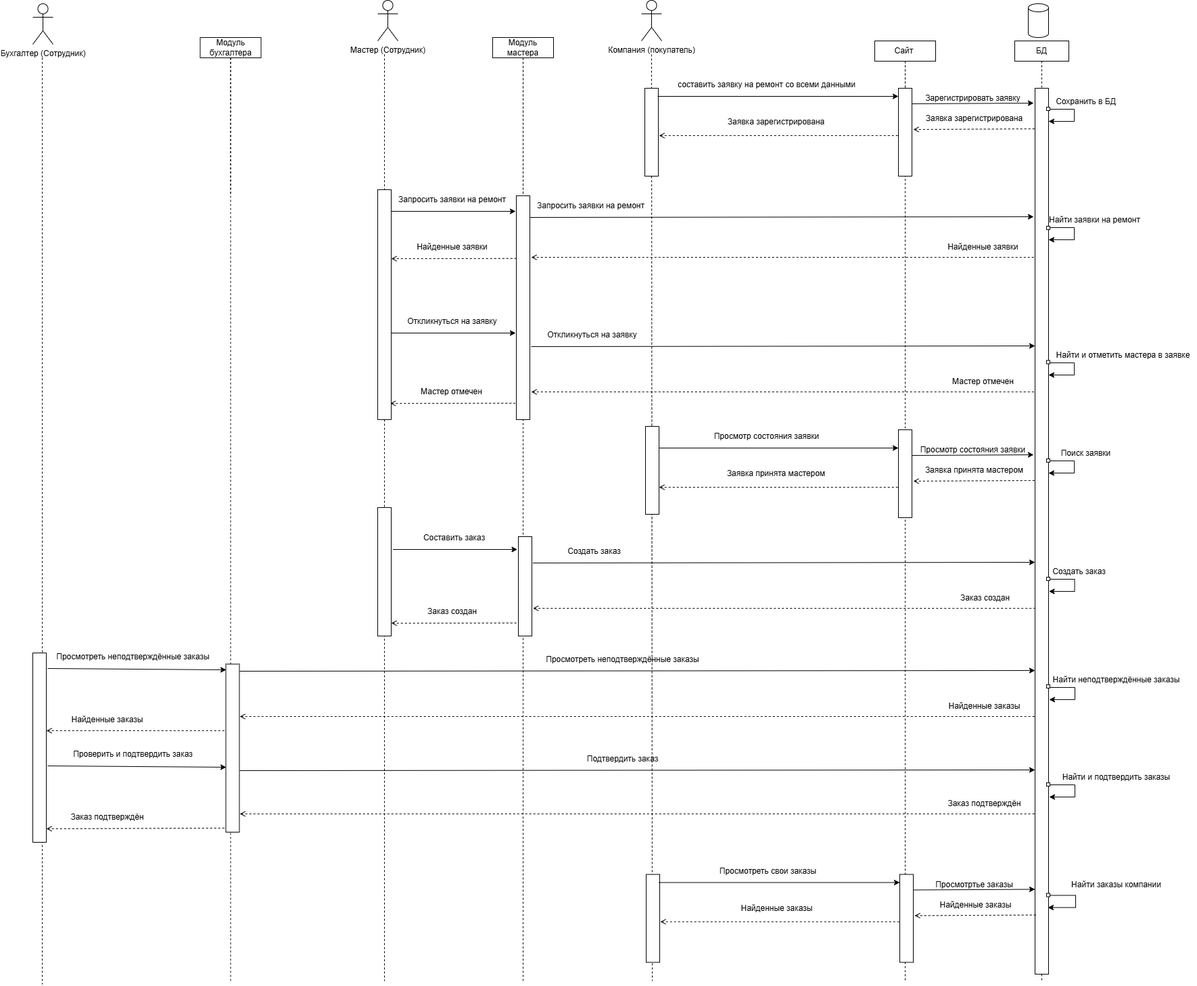
Earlier version of the draw.io export UML_SequenceDiag.png (jecsonM/TRPO4course-). Source tidied: cells renumbered, new cells last; positions are measured from the earlier drawing's top-left corner, leaving out a move shared by most shapes.
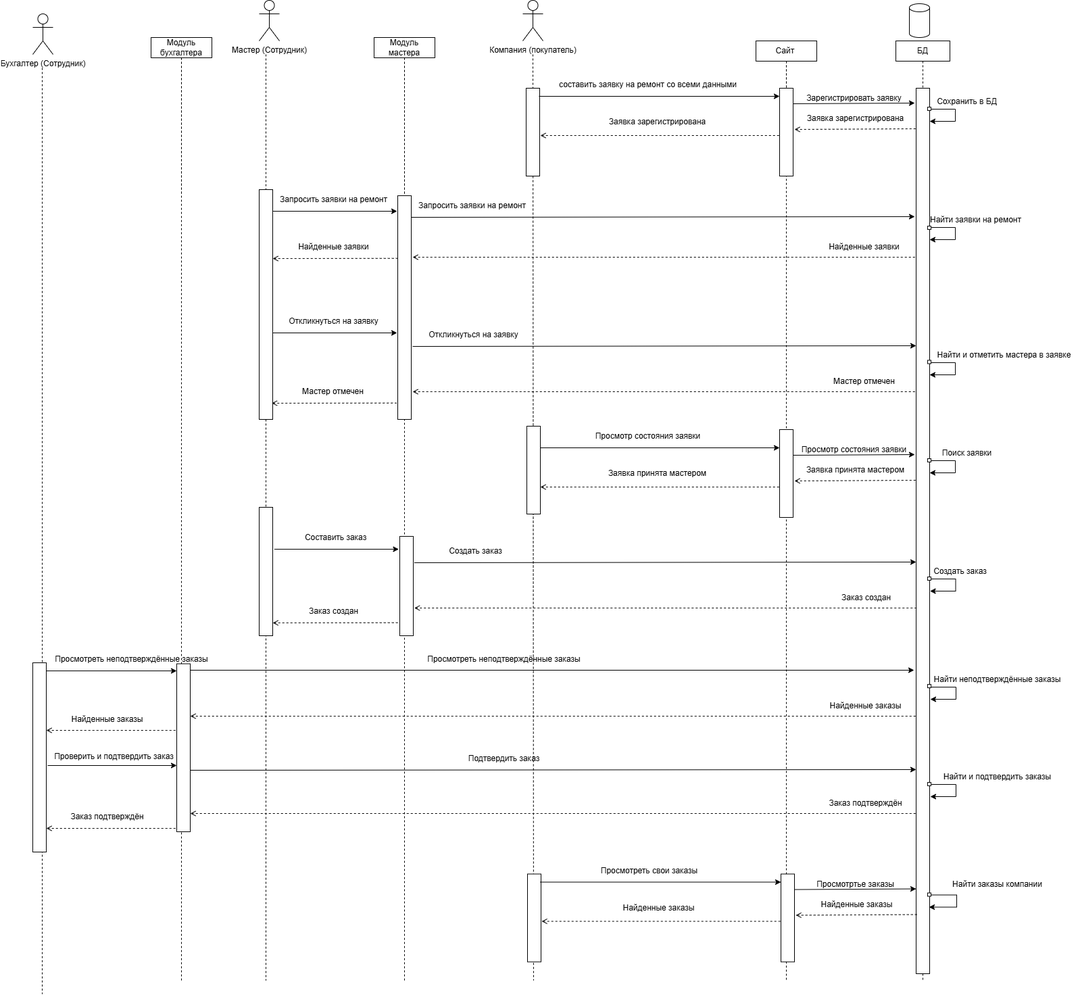
After the change.

Commit message:
Исправил ошибку в 6-ой лабе, где в док-се отображалась схема без разделения на модули бухгалтера и мастера.

Change to the diagram source:
```diff
@@ -332,29 +332,29 @@
     </mxCell>
     <mxCell id="75" style="edgeStyle=none;html=1;dashed=1;endArrow=none;endFill=0;" parent="1" edge="1">
       <mxGeometry relative="1" as="geometry">
-        <mxPoint x="14" y="85" as="sourcePoint" />
-        <mxPoint x="14" y="1455" as="targetPoint" />
+        <mxPoint x="189" y="100" as="sourcePoint" />
+        <mxPoint x="189" y="1470" as="targetPoint" />
       </mxGeometry>
     </mxCell>
     <mxCell id="76" value="Бухгалтер (Сотрудник)" style="shape=umlActor;verticalLabelPosition=bottom;verticalAlign=top;html=1;" parent="1" vertex="1">
-      <mxGeometry y="5" width="30" height="60" as="geometry" />
+      <mxGeometry x="175" y="20" width="30" height="60" as="geometry" />
     </mxCell>
     <mxCell id="77" style="rounded=0;whiteSpace=wrap;html=1;fillColor=default;" parent="1" vertex="1">
-      <mxGeometry y="965" width="20" height="280" as="geometry" />
+      <mxGeometry x="175" y="980" width="20" height="280" as="geometry" />
     </mxCell>
     <mxCell id="78" style="endArrow=classic;html=1;exitX=0.95;exitY=0.039;exitDx=0;exitDy=0;exitPerimeter=0;" parent="1" edge="1">
       <mxGeometry relative="1" as="geometry">
-        <mxPoint x="22" y="988" as="sourcePoint" />
-        <mxPoint x="286" y="990" as="targetPoint" />
+        <mxPoint x="195" y="992" as="sourcePoint" />
+        <mxPoint x="388" y="992" as="targetPoint" />
       </mxGeometry>
     </mxCell>
     <mxCell id="79" value="Просмотреть неподтверждённые заказы" style="text;html=1;align=center;verticalAlign=middle;strokeColor=none;fillColor=none;convertToSvg=0;" parent="1" vertex="1">
-      <mxGeometry x="22.5" y="956" width="250" height="30" as="geometry" />
+      <mxGeometry x="195.5" y="960" width="250" height="30" as="geometry" />
     </mxCell>
-    <mxCell id="80" style="endArrow=classic;html=1;exitX=0.95;exitY=0.039;exitDx=0;exitDy=0;exitPerimeter=0;" parent="1" edge="1">
+    <mxCell id="80" style="endArrow=classic;html=1;" parent="1" edge="1">
       <mxGeometry relative="1" as="geometry">
-        <mxPoint x="306" y="992" as="sourcePoint" />
-        <mxPoint x="1482" y="991" as="targetPoint" />
+        <mxPoint x="408" y="991" as="sourcePoint" />
+        <mxPoint x="1479" y="991" as="targetPoint" />
       </mxGeometry>
     </mxCell>
     <mxCell id="81" value="Просмотреть неподтверждённые заказы" style="text;html=1;align=center;verticalAlign=middle;strokeColor=none;fillColor=none;convertToSvg=0;" parent="1" vertex="1">
@@ -372,7 +372,7 @@
     </mxCell>
     <mxCell id="83" style="endArrow=none;html=1;startArrow=open;startFill=0;endFill=0;dashed=1;" parent="1" edge="1">
       <mxGeometry relative="1" as="geometry">
-        <mxPoint x="306" y="1059" as="sourcePoint" />
+        <mxPoint x="408" y="1059" as="sourcePoint" />
         <mxPoint x="1484" y="1059" as="targetPoint" />
       </mxGeometry>
     </mxCell>
@@ -381,28 +381,28 @@
     </mxCell>
     <mxCell id="85" style="endArrow=none;html=1;startArrow=open;startFill=0;endFill=0;dashed=1;" parent="1" edge="1">
       <mxGeometry relative="1" as="geometry">
-        <mxPoint x="20" y="1080" as="sourcePoint" />
-        <mxPoint x="286" y="1080" as="targetPoint" />
+        <mxPoint x="195" y="1080" as="sourcePoint" />
+        <mxPoint x="388" y="1080" as="targetPoint" />
       </mxGeometry>
     </mxCell>
     <mxCell id="86" value="Найденные заказы" style="text;html=1;align=center;verticalAlign=middle;strokeColor=none;fillColor=none;" parent="1" vertex="1">
-      <mxGeometry x="45" y="1049" width="130" height="30" as="geometry" />
+      <mxGeometry x="220" y="1049" width="130" height="30" as="geometry" />
     </mxCell>
     <mxCell id="87" value="Найти неподтверждённые заказы" style="text;html=1;align=center;verticalAlign=middle;strokeColor=none;fillColor=none;" parent="1" vertex="1">
       <mxGeometry x="1497" y="990" width="210" height="30" as="geometry" />
     </mxCell>
     <mxCell id="88" style="endArrow=classic;html=1;exitX=0.95;exitY=0.039;exitDx=0;exitDy=0;exitPerimeter=0;" parent="1" edge="1">
       <mxGeometry relative="1" as="geometry">
-        <mxPoint x="22" y="1132" as="sourcePoint" />
-        <mxPoint x="286" y="1134" as="targetPoint" />
+        <mxPoint x="197" y="1132" as="sourcePoint" />
+        <mxPoint x="388" y="1132" as="targetPoint" />
       </mxGeometry>
     </mxCell>
     <mxCell id="89" value="Проверить и подтвердить заказ" style="text;html=1;align=center;verticalAlign=middle;strokeColor=none;fillColor=none;convertToSvg=0;" parent="1" vertex="1">
-      <mxGeometry x="47.5" y="1100" width="200" height="30" as="geometry" />
+      <mxGeometry x="195" y="1104" width="200" height="30" as="geometry" />
     </mxCell>
     <mxCell id="90" style="endArrow=classic;html=1;exitX=0.95;exitY=0.039;exitDx=0;exitDy=0;exitPerimeter=0;" parent="1" edge="1">
       <mxGeometry relative="1" as="geometry">
-        <mxPoint x="306" y="1139" as="sourcePoint" />
+        <mxPoint x="408" y="1139" as="sourcePoint" />
         <mxPoint x="1482" y="1138" as="targetPoint" />
       </mxGeometry>
     </mxCell>
@@ -421,7 +421,7 @@
     </mxCell>
     <mxCell id="93" style="endArrow=none;html=1;startArrow=open;startFill=0;endFill=0;dashed=1;" parent="1" edge="1">
       <mxGeometry relative="1" as="geometry">
-        <mxPoint x="306" y="1203" as="sourcePoint" />
+        <mxPoint x="408" y="1203" as="sourcePoint" />
         <mxPoint x="1484" y="1203" as="targetPoint" />
       </mxGeometry>
     </mxCell>
@@ -430,12 +430,12 @@
     </mxCell>
     <mxCell id="95" style="endArrow=none;html=1;startArrow=open;startFill=0;endFill=0;dashed=1;" parent="1" edge="1">
       <mxGeometry relative="1" as="geometry">
-        <mxPoint x="20" y="1225" as="sourcePoint" />
-        <mxPoint x="286" y="1224" as="targetPoint" />
+        <mxPoint x="195" y="1225" as="sourcePoint" />
+        <mxPoint x="388" y="1225" as="targetPoint" />
       </mxGeometry>
     </mxCell>
     <mxCell id="96" value="Заказ подтверждён" style="text;html=1;align=center;verticalAlign=middle;strokeColor=none;fillColor=none;" parent="1" vertex="1">
-      <mxGeometry x="45" y="1193" width="130" height="30" as="geometry" />
+      <mxGeometry x="220" y="1193" width="130" height="30" as="geometry" />
     </mxCell>
     <mxCell id="97" value="Найти и подтвердить заказы" style="text;html=1;align=center;verticalAlign=middle;strokeColor=none;fillColor=none;" parent="1" vertex="1">
       <mxGeometry x="1512" y="1134" width="180" height="30" as="geometry" />
@@ -521,19 +521,19 @@
     </mxCell>
     <mxCell id="118" style="edgeStyle=none;html=1;dashed=1;endArrow=none;endFill=0;" parent="1" edge="1" source="119">
       <mxGeometry relative="1" as="geometry">
-        <mxPoint x="292.5" y="289" as="targetPoint" />
+        <mxPoint x="395" y="289" as="targetPoint" />
       </mxGeometry>
     </mxCell>
     <mxCell id="119" value="Модуль бухгалтера" style="rounded=0;whiteSpace=wrap;html=1;fillColor=default;" parent="1" vertex="1">
-      <mxGeometry x="247.5" y="55" width="90" height="30" as="geometry" />
+      <mxGeometry x="350" y="55" width="90" height="30" as="geometry" />
     </mxCell>
     <mxCell id="120" style="edgeStyle=none;html=1;dashed=1;endArrow=none;endFill=0;" parent="1" edge="1" source="119">
       <mxGeometry relative="1" as="geometry">
-        <mxPoint x="292.5" y="1450" as="targetPoint" />
+        <mxPoint x="395" y="1450" as="targetPoint" />
       </mxGeometry>
     </mxCell>
     <mxCell id="121" style="rounded=0;whiteSpace=wrap;html=1;fillColor=default;" parent="1" vertex="1">
-      <mxGeometry x="285.5" y="981.5" width="20" height="248.5" as="geometry" />
+      <mxGeometry x="388" y="981.5" width="20" height="248.5" as="geometry" />
     </mxCell>
   </root>
 </mxGraphModel>
```
